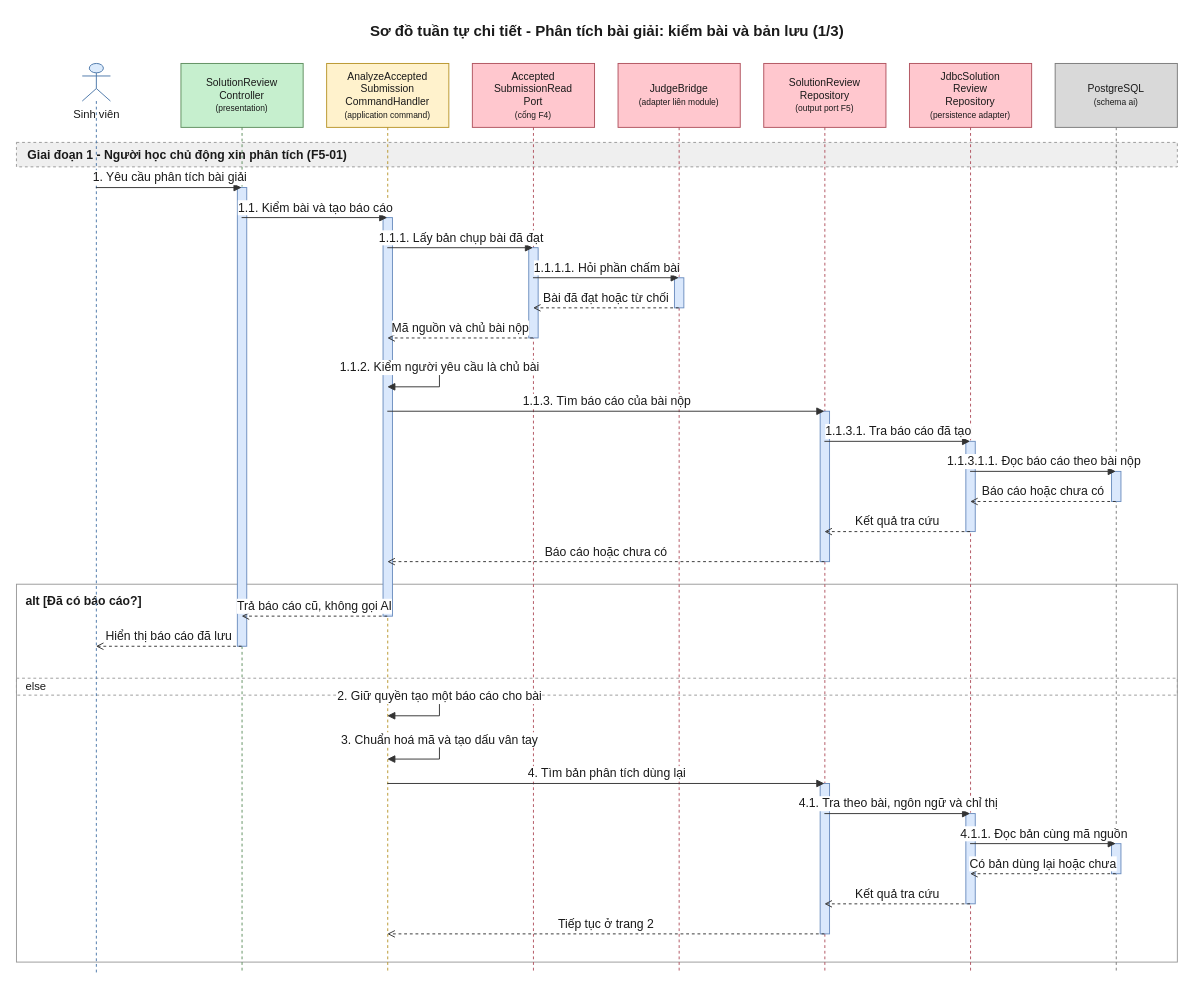
Earlier version of the draw.io diagram 08-diagram/sequence/user/sequence_user_phan_tich_bai_giai_ai_p1.drawio (daiphu1801/PRJ_ALGOPREP). Source tidied: cells renumbered, new cells numbered last; positions are measured from the earlier drawing's top-left corner, leaving out a move shared by most shapes. Both pictures are drawn from the tidied source at 94%, with x=0, y=0 at pixel (16, 16).
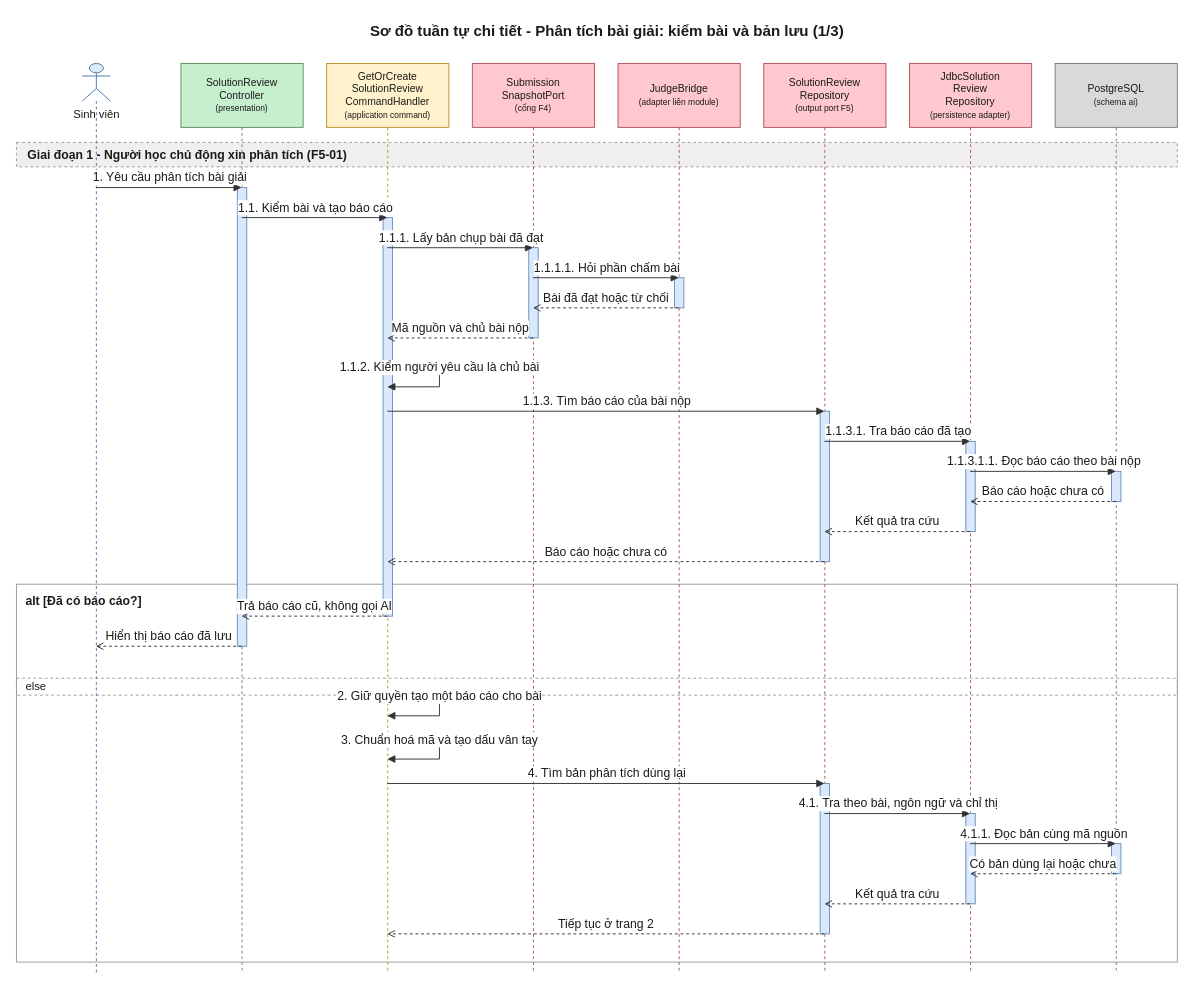
The same diagram, later.

What changed in the source:
```diff
@@
-    <mxCell id="8" value="AnalyzeAccepted&lt;br&gt;Submission&lt;br&gt;CommandHandler&lt;br&gt;&lt;font style=&quot;font-size:9px&quot;&gt;(application command)&lt;/font&gt;" style="shape=umlLifeline;perimeter=lifelinePerimeter;whiteSpace=wrap;html=1;outlineConnect=0;size=68;fontSize=11;fillColor=#FFF2CC;strokeColor=#B8952A;fontColor=#1A1A1A;" parent="1" vertex="1">
+    <mxCell id="8" value="GetOrCreate&lt;br&gt;SolutionReview&lt;br&gt;CommandHandler&lt;br&gt;&lt;font style=&quot;font-size:9px&quot;&gt;(application command)&lt;/font&gt;" style="shape=umlLifeline;perimeter=lifelinePerimeter;whiteSpace=wrap;html=1;outlineConnect=0;size=68;fontSize=11;fillColor=#FFF2CC;strokeColor=#B8952A;fontColor=#1A1A1A;" parent="1" vertex="1">
       <mxGeometry x="330" y="50" width="130" height="968" as="geometry" />
     </mxCell>
-    <mxCell id="9" value="Accepted&lt;br&gt;SubmissionRead&lt;br&gt;Port&lt;br&gt;&lt;font style=&quot;font-size:9px&quot;&gt;(cổng F4)&lt;/font&gt;" style="shape=umlLifeline;perimeter=lifelinePerimeter;whiteSpace=wrap;html=1;outlineConnect=0;size=68;fontSize=11;fillColor=#FFC7CE;strokeColor=#B0525E;fontColor=#1A1A1A;" parent="1" vertex="1">
+    <mxCell id="9" value="Submission&lt;br&gt;SnapshotPort&lt;br&gt;&lt;font style=&quot;font-size:9px&quot;&gt;(cổng F4)&lt;/font&gt;" style="shape=umlLifeline;perimeter=lifelinePerimeter;whiteSpace=wrap;html=1;outlineConnect=0;size=68;fontSize=11;fillColor=#FFC7CE;strokeColor=#B0525E;fontColor=#1A1A1A;" parent="1" vertex="1">
       <mxGeometry x="485" y="50" width="130" height="968" as="geometry" />
     </mxCell>
```
